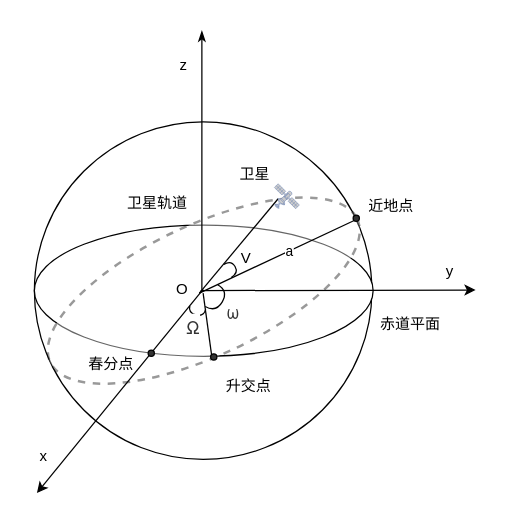
This is 六根数.drawio from Kidulttt/drwaio, a draw.io file, before an edit. Source tidied: cells renumbered, new cells numbered last; positions are measured from the earlier drawing's top-left corner, leaving out a move shared by most shapes. Both pictures are drawn from the tidied source at 125%, with x=0, y=0 at pixel (24, 30).
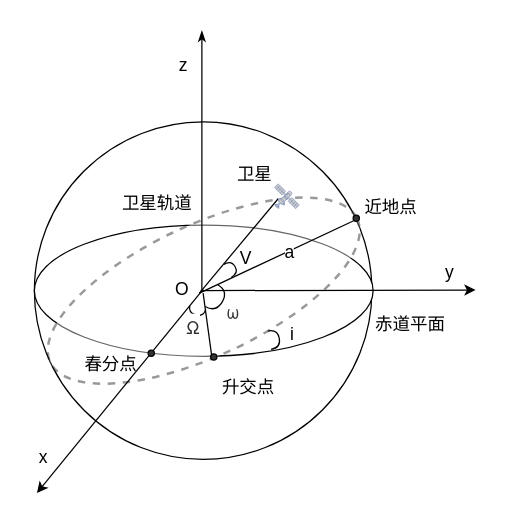
The same page after the edit.

Commit message (it also covers changes not shown here):
更新六根数.drawio

What changed in the source:
```diff
@@
-    <mxCell id="2" style="ellipse;whiteSpace=wrap;html=1;" parent="1" vertex="1">
+    <mxCell id="2" style="ellipse;whiteSpace=wrap;html=1;fontSize=14;" parent="1" vertex="1">
       <mxGeometry x="8" y="73" width="270" height="270" as="geometry" />
     </mxCell>
-    <mxCell id="3" style="ellipse;whiteSpace=wrap;html=1;" parent="1" vertex="1">
+    <mxCell id="3" style="ellipse;whiteSpace=wrap;html=1;fontSize=14;" parent="1" vertex="1">
       <mxGeometry x="8" y="155.5" width="271" height="105" as="geometry" />
     </mxCell>
-    <mxCell id="4" style="ellipse;whiteSpace=wrap;html=1;rotation=-25;opacity=40;perimeterSpacing=2;strokeWidth=2;dashed=1;" parent="1" vertex="1">
+    <mxCell id="4" style="ellipse;whiteSpace=wrap;html=1;rotation=-25;opacity=40;perimeterSpacing=2;strokeWidth=2;dashed=1;fontSize=14;labelBackgroundColor=none;labelBorderColor=none;shadow=0;" parent="1" vertex="1">
       <mxGeometry x="8" y="155.5" width="271" height="105" as="geometry" />
     </mxCell>
-    <mxCell id="5" style="edgeStyle=none;rounded=0;jettySize=auto;html=1;exitX=1;exitY=0.5;exitDx=0;exitDy=0;endArrow=none;endFill=0;" parent="1" edge="1" source="4">
+    <mxCell id="5" style="edgeStyle=none;rounded=0;jettySize=auto;html=1;exitX=1;exitY=0.5;exitDx=0;exitDy=0;endArrow=none;endFill=0;fontSize=14;" parent="1" edge="1" source="4">
       <mxGeometry relative="1" as="geometry">
         <mxPoint x="140" y="210" as="targetPoint" />
       </mxGeometry>
     </mxCell>
-    <mxCell id="6" value="a" style="edgeLabel;html=1;align=center;verticalAlign=middle;" parent="5" vertex="1">
+    <mxCell id="6" value="a" style="edgeLabel;html=1;align=center;verticalAlign=middle;fontSize=14;" parent="5" vertex="1">
       <mxGeometry x="-0.12" relative="1" as="geometry" />
     </mxCell>
-    <mxCell id="7" style="endArrow=classic;html=1;rounded=0;endFill=1;" parent="1" edge="1">
+    <mxCell id="7" style="endArrow=classic;html=1;rounded=0;endFill=1;fontSize=14;" parent="1" edge="1">
       <mxGeometry relative="1" as="geometry">
         <mxPoint x="141" y="208" as="sourcePoint" />
         <mxPoint x="361" y="207.5" as="targetPoint" />
       </mxGeometry>
     </mxCell>
-    <mxCell id="8" style="endArrow=classicThin;html=1;rounded=0;endFill=1;" parent="1" edge="1">
+    <mxCell id="8" style="endArrow=classicThin;html=1;rounded=0;endFill=1;fontSize=14;" parent="1" edge="1">
       <mxGeometry relative="1" as="geometry">
         <mxPoint x="142" y="209" as="sourcePoint" />
         <mxPoint x="142" as="targetPoint" />
       </mxGeometry>
     </mxCell>
-    <mxCell id="9" style="endArrow=none;html=1;rounded=0;startArrow=classic;startFill=1;" parent="1" edge="1">
+    <mxCell id="9" style="endArrow=none;html=1;rounded=0;startArrow=classic;startFill=1;fontSize=14;" parent="1" edge="1">
       <mxGeometry relative="1" as="geometry">
         <mxPoint x="10" y="370" as="sourcePoint" />
         <mxPoint x="143" y="207" as="targetPoint" />
       </mxGeometry>
     </mxCell>
-    <mxCell id="10" value="赤道平面" style="text;html=1;strokeColor=none;fillColor=none;align=center;verticalAlign=middle;whiteSpace=wrap;rounded=0;" parent="1" vertex="1">
+    <mxCell id="10" value="赤道平面" style="text;html=1;strokeColor=none;fillColor=none;align=center;verticalAlign=middle;whiteSpace=wrap;rounded=0;fontSize=14;" parent="1" vertex="1">
       <mxGeometry x="279" y="220" width="60" height="30" as="geometry" />
     </mxCell>
-    <mxCell id="11" value="卫星轨道" style="text;html=1;align=center;verticalAlign=middle;strokeColor=none;fillColor=none;" parent="1" vertex="1">
-      <mxGeometry x="71" y="122.5" width="70" height="30" as="geometry" />
+    <mxCell id="11" value="卫星轨道" style="text;html=1;align=center;verticalAlign=middle;strokeColor=none;fillColor=none;fontSize=14;" parent="1" vertex="1">
+      <mxGeometry x="66" y="122.5" width="80" height="30" as="geometry" />
     </mxCell>
-    <mxCell id="12" style="edgeStyle=none;rounded=0;jettySize=auto;html=1;exitX=0;exitY=0;exitDx=0;exitDy=0;endArrow=none;endFill=0;" parent="1" edge="1" source="13">
+    <mxCell id="12" style="edgeStyle=none;rounded=0;jettySize=auto;html=1;exitX=0;exitY=0;exitDx=0;exitDy=0;endArrow=none;endFill=0;fontSize=14;" parent="1" edge="1" source="13">
       <mxGeometry relative="1" as="geometry">
         <mxPoint x="143" y="210" as="targetPoint" />
       </mxGeometry>
     </mxCell>
-    <mxCell id="13" style="ellipse;whiteSpace=wrap;html=1;fillColor=#333333;" parent="1" vertex="1">
+    <mxCell id="13" style="ellipse;whiteSpace=wrap;html=1;fillColor=#333333;fontSize=14;" parent="1" vertex="1">
       <mxGeometry x="149" y="258.5" width="5" height="5" as="geometry" />
     </mxCell>
-    <mxCell id="14" value="升交点" style="text;html=1;align=center;verticalAlign=middle;strokeColor=none;fillColor=none;" parent="1" vertex="1">
-      <mxGeometry x="149" y="270" width="60" height="30" as="geometry" />
+    <mxCell id="14" value="升交点" style="text;html=1;align=center;verticalAlign=middle;strokeColor=none;fillColor=none;fontSize=14;" parent="1" vertex="1">
+      <mxGeometry x="144" y="270" width="70" height="30" as="geometry" />
     </mxCell>
-    <mxCell id="15" style="ellipse;whiteSpace=wrap;html=1;fillColor=#333333;" parent="1" vertex="1">
+    <mxCell id="15" style="ellipse;whiteSpace=wrap;html=1;fillColor=#333333;fontSize=14;" parent="1" vertex="1">
       <mxGeometry x="99" y="255.5" width="5" height="5" as="geometry" />
     </mxCell>
-    <mxCell id="16" value="春分点" style="text;html=1;align=center;verticalAlign=middle;strokeColor=none;fillColor=none;" parent="1" vertex="1">
-      <mxGeometry x="39" y="251.5" width="60" height="30" as="geometry" />
+    <mxCell id="16" value="春分点" style="text;html=1;align=center;verticalAlign=middle;strokeColor=none;fillColor=none;fontSize=14;" parent="1" vertex="1">
+      <mxGeometry x="34" y="251.5" width="70" height="30" as="geometry" />
     </mxCell>
-    <mxCell id="17" style="shape=requiredInterface;html=1;verticalLabelPosition=bottom;sketch=0;rotation=103;" parent="1" vertex="1">
+    <mxCell id="17" style="shape=requiredInterface;html=1;verticalLabelPosition=bottom;sketch=0;rotation=103;fontSize=14;" parent="1" vertex="1">
       <mxGeometry x="135" y="218" width="6" height="13" as="geometry" />
     </mxCell>
-    <mxCell id="18" value="&lt;span style=&quot;color: rgb(51, 51, 51); font-family: &amp;quot;Helvetica Neue&amp;quot;, Helvetica, Arial, &amp;quot;PingFang SC&amp;quot;, &amp;quot;Hiragino Sans GB&amp;quot;, &amp;quot;Microsoft YaHei&amp;quot;, &amp;quot;WenQuanYi Micro Hei&amp;quot;, sans-serif; font-size: 14px; font-style: normal; font-variant-ligatures: normal; font-variant-caps: normal; font-weight: 400; letter-spacing: normal; orphans: 2; text-align: start; text-indent: 28px; text-transform: none; widows: 2; word-spacing: 0px; -webkit-text-stroke-width: 0px; background-color: rgb(255, 255, 255); text-decoration-thickness: initial; text-decoration-style: initial; text-decoration-color: initial; float: none; display: inline !important;&quot;&gt;Ω&lt;/span&gt;" style="text;whiteSpace=wrap;html=1;" parent="1" vertex="1">
+    <mxCell id="18" value="&lt;span style=&quot;color: rgb(51, 51, 51); font-family: &amp;quot;Helvetica Neue&amp;quot;, Helvetica, Arial, &amp;quot;PingFang SC&amp;quot;, &amp;quot;Hiragino Sans GB&amp;quot;, &amp;quot;Microsoft YaHei&amp;quot;, &amp;quot;WenQuanYi Micro Hei&amp;quot;, sans-serif; font-size: 14px; font-style: normal; font-variant-ligatures: normal; font-variant-caps: normal; font-weight: 400; letter-spacing: normal; orphans: 2; text-align: start; text-indent: 28px; text-transform: none; widows: 2; word-spacing: 0px; -webkit-text-stroke-width: 0px; background-color: rgb(255, 255, 255); text-decoration-thickness: initial; text-decoration-style: initial; text-decoration-color: initial; float: none; display: inline !important;&quot;&gt;Ω&lt;/span&gt;" style="text;whiteSpace=wrap;html=1;fontSize=14;" parent="1" vertex="1">
       <mxGeometry x="128" y="221.5" width="20" height="30" as="geometry" />
     </mxCell>
-    <mxCell id="19" style="ellipse;whiteSpace=wrap;html=1;fillColor=#333333;" parent="1" vertex="1">
+    <mxCell id="19" style="ellipse;whiteSpace=wrap;html=1;fillColor=#333333;fontSize=14;" parent="1" vertex="1">
       <mxGeometry x="263" y="147.5" width="5" height="5" as="geometry" />
     </mxCell>
-    <mxCell id="20" value="近地点" style="text;html=1;align=center;verticalAlign=middle;strokeColor=none;fillColor=none;" parent="1" vertex="1">
-      <mxGeometry x="263" y="125.5" width="60" height="30" as="geometry" />
+    <mxCell id="20" value="近地点" style="text;html=1;align=center;verticalAlign=middle;strokeColor=none;fillColor=none;fontSize=14;" parent="1" vertex="1">
+      <mxGeometry x="258" y="125.5" width="70" height="30" as="geometry" />
     </mxCell>
-    <mxCell id="21" style="shape=requiredInterface;html=1;verticalLabelPosition=bottom;sketch=0;rotation=30;" parent="1" vertex="1">
+    <mxCell id="21" style="shape=requiredInterface;html=1;verticalLabelPosition=bottom;sketch=0;rotation=30;fontSize=14;" parent="1" vertex="1">
       <mxGeometry x="149" y="204.5" width="10" height="20" as="geometry" />
     </mxCell>
-    <mxCell id="22" value="&lt;span style=&quot;color: rgb(51, 51, 51); font-family: &amp;quot;Helvetica Neue&amp;quot;, Helvetica, Arial, &amp;quot;PingFang SC&amp;quot;, &amp;quot;Hiragino Sans GB&amp;quot;, &amp;quot;Microsoft YaHei&amp;quot;, &amp;quot;WenQuanYi Micro Hei&amp;quot;, sans-serif; font-size: 14px; font-style: normal; font-variant-ligatures: normal; font-variant-caps: normal; font-weight: 400; letter-spacing: normal; orphans: 2; text-align: start; text-indent: 28px; text-transform: none; widows: 2; word-spacing: 0px; -webkit-text-stroke-width: 0px; background-color: rgb(255, 255, 255); text-decoration-thickness: initial; text-decoration-style: initial; text-decoration-color: initial; float: none; display: inline !important;&quot;&gt;ω&lt;/span&gt;" style="text;whiteSpace=wrap;html=1;" parent="1" vertex="1">
+    <mxCell id="22" value="&lt;span style=&quot;color: rgb(51, 51, 51); font-family: &amp;quot;Helvetica Neue&amp;quot;, Helvetica, Arial, &amp;quot;PingFang SC&amp;quot;, &amp;quot;Hiragino Sans GB&amp;quot;, &amp;quot;Microsoft YaHei&amp;quot;, &amp;quot;WenQuanYi Micro Hei&amp;quot;, sans-serif; font-size: 14px; font-style: normal; font-variant-ligatures: normal; font-variant-caps: normal; font-weight: 400; letter-spacing: normal; orphans: 2; text-align: start; text-indent: 28px; text-transform: none; widows: 2; word-spacing: 0px; -webkit-text-stroke-width: 0px; background-color: rgb(255, 255, 255); text-decoration-thickness: initial; text-decoration-style: initial; text-decoration-color: initial; float: none; display: inline !important;&quot;&gt;ω&lt;/span&gt;" style="text;whiteSpace=wrap;html=1;fontSize=14;" parent="1" vertex="1">
       <mxGeometry x="160" y="210" width="40" height="40" as="geometry" />
     </mxCell>
-    <mxCell id="23" style="edgeStyle=none;rounded=0;jettySize=auto;html=1;exitX=0.15;exitY=0.6;exitDx=0;exitDy=0;exitPerimeter=0;endArrow=none;endFill=0;" parent="1" edge="1" source="24">
+    <mxCell id="23" style="edgeStyle=none;rounded=0;jettySize=auto;html=1;exitX=0.15;exitY=0.6;exitDx=0;exitDy=0;exitPerimeter=0;endArrow=none;endFill=0;fontSize=14;" parent="1" edge="1" source="24">
       <mxGeometry relative="1" as="geometry">
         <mxPoint x="140" y="210" as="targetPoint" />
       </mxGeometry>
     </mxCell>
-    <mxCell id="24" style="fontColor=#0066CC;verticalAlign=top;verticalLabelPosition=bottom;labelPosition=center;align=center;html=1;outlineConnect=0;fillColor=#CCCCCC;strokeColor=#6881B3;gradientColor=none;gradientDirection=north;strokeWidth=2;shape=mxgraph.networks.satellite;" parent="1" vertex="1">
+    <mxCell id="24" style="fontColor=#0066CC;verticalAlign=top;verticalLabelPosition=bottom;labelPosition=center;align=center;html=1;outlineConnect=0;fillColor=#CCCCCC;strokeColor=#6881B3;gradientColor=none;gradientDirection=north;strokeWidth=2;shape=mxgraph.networks.satellite;fontSize=14;" parent="1" vertex="1">
       <mxGeometry x="200" y="122.5" width="20" height="20" as="geometry" />
     </mxCell>
-    <mxCell id="25" style="shape=requiredInterface;html=1;verticalLabelPosition=bottom;sketch=0;rotation=-30;" parent="1" vertex="1">
+    <mxCell id="25" style="shape=requiredInterface;html=1;verticalLabelPosition=bottom;sketch=0;rotation=-30;fontSize=14;" parent="1" vertex="1">
       <mxGeometry x="162" y="184.5" width="7" height="12" as="geometry" />
     </mxCell>
-    <mxCell id="26" value="卫星" style="text;html=1;align=center;verticalAlign=middle;strokeColor=none;fillColor=none;" parent="1" vertex="1">
+    <mxCell id="26" value="卫星" style="text;html=1;align=center;verticalAlign=middle;strokeColor=none;fillColor=none;fontSize=14;" parent="1" vertex="1">
       <mxGeometry x="159" y="100" width="50" height="30" as="geometry" />
     </mxCell>
-    <mxCell id="27" value="V" style="text;html=1;align=center;verticalAlign=middle;strokeColor=none;fillColor=none;" parent="1" vertex="1">
+    <mxCell id="27" value="V" style="text;html=1;align=center;verticalAlign=middle;strokeColor=none;fillColor=none;fontSize=14;" parent="1" vertex="1">
       <mxGeometry x="162" y="166.5" width="30" height="30" as="geometry" />
     </mxCell>
-    <mxCell id="28" value="O" style="text;html=1;align=center;verticalAlign=middle;strokeColor=none;fillColor=none;" parent="1" vertex="1">
+    <mxCell id="28" value="O" style="text;html=1;align=center;verticalAlign=middle;strokeColor=none;fillColor=none;fontSize=14;" parent="1" vertex="1">
       <mxGeometry x="111" y="191.5" width="30" height="30" as="geometry" />
     </mxCell>
-    <mxCell id="29" value="z" style="text;html=1;align=center;verticalAlign=middle;strokeColor=none;fillColor=none;" parent="1" vertex="1">
+    <mxCell id="29" value="z" style="text;html=1;align=center;verticalAlign=middle;strokeColor=none;fillColor=none;fontSize=14;" parent="1" vertex="1">
       <mxGeometry x="112" y="13" width="30" height="30" as="geometry" />
     </mxCell>
-    <mxCell id="30" value="x" style="text;html=1;align=center;verticalAlign=middle;strokeColor=none;fillColor=none;" parent="1" vertex="1">
+    <mxCell id="30" value="x" style="text;html=1;align=center;verticalAlign=middle;strokeColor=none;fillColor=none;fontSize=14;" parent="1" vertex="1">
       <mxGeometry y="326" width="30" height="30" as="geometry" />
     </mxCell>
-    <mxCell id="31" value="y" style="text;html=1;align=center;verticalAlign=middle;strokeColor=none;fillColor=none;" parent="1" vertex="1">
+    <mxCell id="31" value="y" style="text;html=1;align=center;verticalAlign=middle;strokeColor=none;fillColor=none;fontSize=14;" parent="1" vertex="1">
       <mxGeometry x="325" y="178" width="30" height="30" as="geometry" />
     </mxCell>
+    <mxCell id="32" style="shape=requiredInterface;html=1;verticalLabelPosition=bottom;sketch=0;rotation=-10;fontSize=14;" parent="1" vertex="1">
+      <mxGeometry x="196" y="239.5" width="8" height="15" as="geometry" />
+    </mxCell>
+    <mxCell id="33" value="i&lt;br style=&quot;font-size: 14px;&quot;&gt;" style="text;html=1;align=center;verticalAlign=middle;strokeColor=none;fillColor=none;fontSize=14;" parent="1" vertex="1">
+      <mxGeometry x="199" y="227.5" width="30" height="30" as="geometry" />
+    </mxCell>
```
